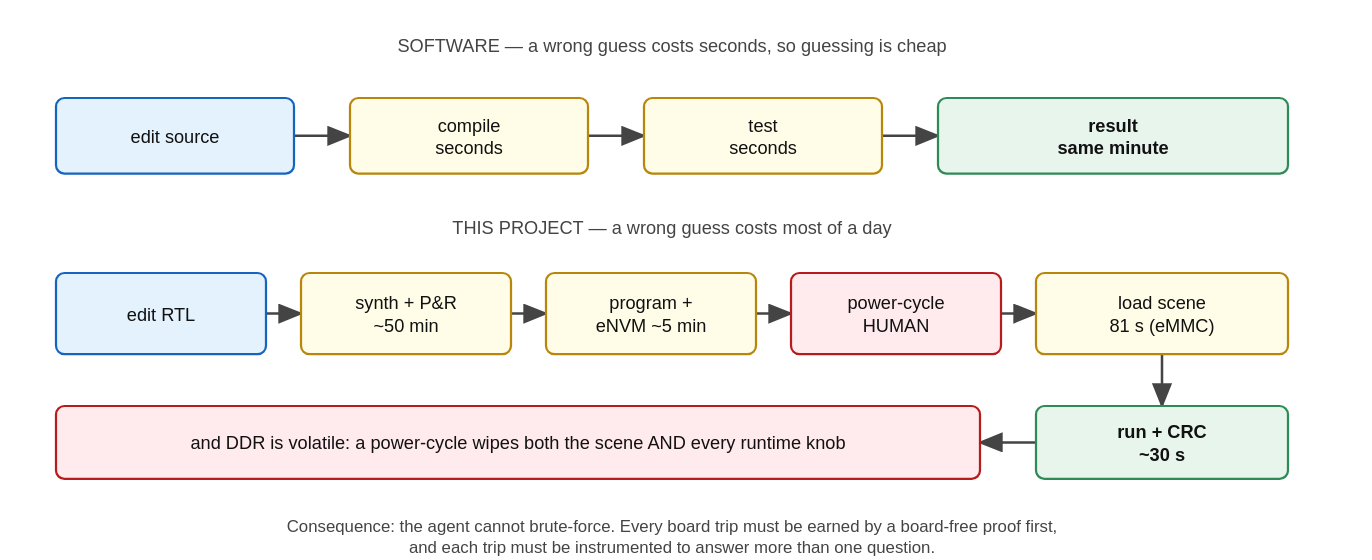
This is docs/slides/diagrams/fig-loop.drawio.svg from futureproofbear/mpfs250t-sar-ifp, a draw.io export, as it was before one commit. Source tidied: cells renumbered, new cells last; positions are measured from the earlier drawing's top-left corner, leaving out a move shared by most shapes. Its diagram source:
```xml
<mxGraphModel>
  <root>
    <mxCell id="0" />
    <mxCell id="1" parent="0" />
    <mxCell id="2" value="edit source" style="rounded=1;whiteSpace=wrap;html=1;fillColor=#E3F2FD;strokeColor=#1565C0;fontSize=13;fontFamily=Helvetica;align=center;verticalAlign=middle;" parent="1" vertex="1">
      <mxGeometry y="50" width="170" height="54" as="geometry" />
    </mxCell>
    <mxCell id="3" value="compile&#10;seconds" style="rounded=1;whiteSpace=wrap;html=1;fillColor=#FFFDE7;strokeColor=#B8860B;fontSize=13;fontFamily=Helvetica;align=center;verticalAlign=middle;" parent="1" vertex="1">
      <mxGeometry x="210" y="50" width="170" height="54" as="geometry" />
    </mxCell>
    <mxCell id="4" value="test&#10;seconds" style="rounded=1;whiteSpace=wrap;html=1;fillColor=#FFFDE7;strokeColor=#B8860B;fontSize=13;fontFamily=Helvetica;align=center;verticalAlign=middle;" parent="1" vertex="1">
      <mxGeometry x="420" y="50" width="170" height="54" as="geometry" />
    </mxCell>
    <mxCell id="5" value="result&#10;same minute" style="rounded=1;whiteSpace=wrap;html=1;fillColor=#E7F5EC;strokeColor=#2E8B57;fontSize=13;fontFamily=Helvetica;align=center;verticalAlign=middle;fontStyle=1;" parent="1" vertex="1">
      <mxGeometry x="630" y="50" width="250" height="54" as="geometry" />
    </mxCell>
    <mxCell id="6" value="SOFTWARE  —  a wrong guess costs seconds, so guessing is cheap" style="text;html=1;strokeColor=none;fillColor=none;align=center;verticalAlign=middle;fontSize=13;fontFamily=Helvetica;" parent="1" vertex="1">
      <mxGeometry width="880" height="24" as="geometry" />
    </mxCell>
    <mxCell id="7" value="THIS PROJECT  —  a wrong guess costs most of a day" style="text;html=1;strokeColor=none;fillColor=none;align=center;verticalAlign=middle;fontSize=13;fontFamily=Helvetica;" parent="1" vertex="1">
      <mxGeometry y="130" width="880" height="24" as="geometry" />
    </mxCell>
    <mxCell id="8" value="edit RTL" style="rounded=1;whiteSpace=wrap;html=1;fillColor=#E3F2FD;strokeColor=#1565C0;fontSize=13;fontFamily=Helvetica;align=center;verticalAlign=middle;" parent="1" vertex="1">
      <mxGeometry y="175" width="150" height="58" as="geometry" />
    </mxCell>
    <mxCell id="9" value="synth + P&amp;R&#10;~50 min" style="rounded=1;whiteSpace=wrap;html=1;fillColor=#FFFDE7;strokeColor=#B8860B;fontSize=13;fontFamily=Helvetica;align=center;verticalAlign=middle;" parent="1" vertex="1">
      <mxGeometry x="175" y="175" width="150" height="58" as="geometry" />
    </mxCell>
    <mxCell id="10" value="program +&#10;eNVM  ~5 min" style="rounded=1;whiteSpace=wrap;html=1;fillColor=#FFFDE7;strokeColor=#B8860B;fontSize=13;fontFamily=Helvetica;align=center;verticalAlign=middle;" parent="1" vertex="1">
      <mxGeometry x="350" y="175" width="150" height="58" as="geometry" />
    </mxCell>
    <mxCell id="11" value="power-cycle&#10;HUMAN" style="rounded=1;whiteSpace=wrap;html=1;fillColor=#FFEBEE;strokeColor=#B71C1C;fontSize=13;fontFamily=Helvetica;align=center;verticalAlign=middle;" parent="1" vertex="1">
      <mxGeometry x="525" y="175" width="150" height="58" as="geometry" />
    </mxCell>
    <mxCell id="12" value="load scene&#10;81 s (eMMC)" style="rounded=1;whiteSpace=wrap;html=1;fillColor=#FFFDE7;strokeColor=#B8860B;fontSize=13;fontFamily=Helvetica;align=center;verticalAlign=middle;" parent="1" vertex="1">
      <mxGeometry x="700" y="175" width="180" height="58" as="geometry" />
    </mxCell>
    <mxCell id="13" value="run + CRC&#10;~30 s" style="rounded=1;whiteSpace=wrap;html=1;fillColor=#E7F5EC;strokeColor=#2E8B57;fontSize=13;fontFamily=Helvetica;align=center;verticalAlign=middle;fontStyle=1;" parent="1" vertex="1">
      <mxGeometry x="700" y="270" width="180" height="52" as="geometry" />
    </mxCell>
    <mxCell id="14" value="and DDR is volatile: a power-cycle wipes both the scene AND every runtime knob" style="rounded=1;whiteSpace=wrap;html=1;fillColor=#FFEBEE;strokeColor=#B71C1C;fontSize=13;fontFamily=Helvetica;align=center;verticalAlign=middle;" parent="1" vertex="1">
      <mxGeometry y="270" width="660" height="52" as="geometry" />
    </mxCell>
    <mxCell id="15" value="Consequence: the agent cannot brute-force. Every board trip must be earned by a board-free proof first,&#10;and each trip must be instrumented to answer more than one question." style="text;html=1;strokeColor=none;fillColor=none;align=center;verticalAlign=middle;fontSize=12;fontFamily=Helvetica;" parent="1" vertex="1">
      <mxGeometry y="340" width="880" height="46" as="geometry" />
    </mxCell>
    <mxCell id="16" style="edgeStyle=orthogonalEdgeStyle;rounded=1;html=1;fontSize=11;strokeColor=#444444;" parent="1" edge="1" source="2" target="3">
      <mxGeometry relative="1" as="geometry" />
    </mxCell>
    <mxCell id="17" style="edgeStyle=orthogonalEdgeStyle;rounded=1;html=1;fontSize=11;strokeColor=#444444;" parent="1" edge="1" source="3" target="4">
      <mxGeometry relative="1" as="geometry" />
    </mxCell>
    <mxCell id="18" style="edgeStyle=orthogonalEdgeStyle;rounded=1;html=1;fontSize=11;strokeColor=#444444;" parent="1" edge="1" source="4" target="5">
      <mxGeometry relative="1" as="geometry" />
    </mxCell>
    <mxCell id="19" style="edgeStyle=orthogonalEdgeStyle;rounded=1;html=1;fontSize=11;strokeColor=#444444;" parent="1" edge="1" source="8" target="9">
      <mxGeometry relative="1" as="geometry" />
    </mxCell>
    <mxCell id="20" style="edgeStyle=orthogonalEdgeStyle;rounded=1;html=1;fontSize=11;strokeColor=#444444;" parent="1" edge="1" source="9" target="10">
      <mxGeometry relative="1" as="geometry" />
    </mxCell>
    <mxCell id="21" style="edgeStyle=orthogonalEdgeStyle;rounded=1;html=1;fontSize=11;strokeColor=#444444;" parent="1" edge="1" source="10" target="11">
      <mxGeometry relative="1" as="geometry" />
    </mxCell>
    <mxCell id="22" style="edgeStyle=orthogonalEdgeStyle;rounded=1;html=1;fontSize=11;strokeColor=#444444;" parent="1" edge="1" source="11" target="12">
      <mxGeometry relative="1" as="geometry" />
    </mxCell>
    <mxCell id="23" style="edgeStyle=orthogonalEdgeStyle;rounded=1;html=1;fontSize=11;strokeColor=#444444;" parent="1" edge="1" source="12" target="13">
      <mxGeometry relative="1" as="geometry" />
    </mxCell>
    <mxCell id="24" style="edgeStyle=orthogonalEdgeStyle;rounded=1;html=1;fontSize=11;strokeColor=#444444;" parent="1" edge="1" source="13" target="14">
      <mxGeometry relative="1" as="geometry" />
    </mxCell>
  </root>
</mxGraphModel>
```
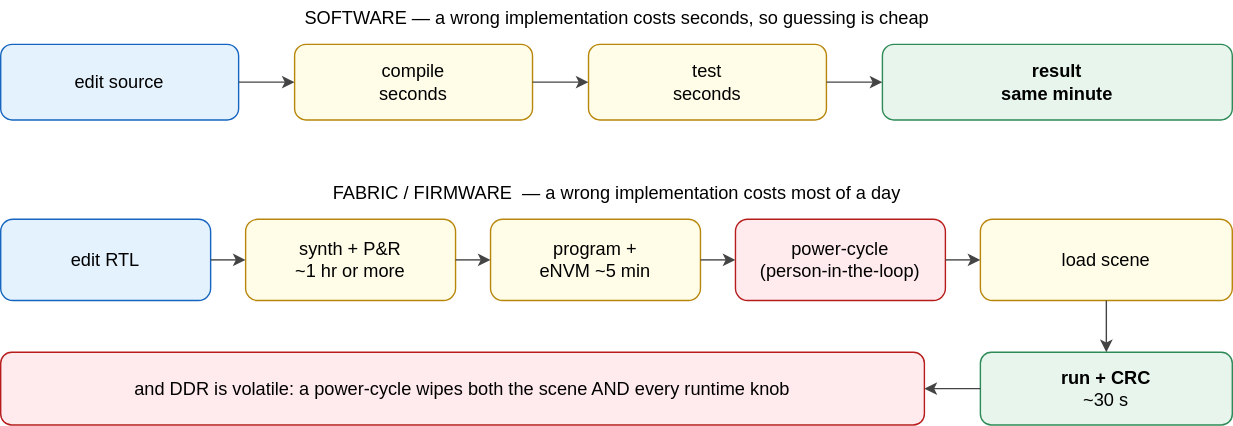
Above is the later version.

Commit message:
slides: user edits to the loop and orchestration figures (draw.io)

What changed in the source:
```diff
@@ -14,36 +14,33 @@
     <mxCell id="5" value="result&#10;same minute" style="rounded=1;whiteSpace=wrap;html=1;fillColor=#E7F5EC;strokeColor=#2E8B57;fontSize=13;fontFamily=Helvetica;align=center;verticalAlign=middle;fontStyle=1;" parent="1" vertex="1">
       <mxGeometry x="630" y="50" width="250" height="54" as="geometry" />
     </mxCell>
-    <mxCell id="6" value="SOFTWARE  —  a wrong guess costs seconds, so guessing is cheap" style="text;html=1;strokeColor=none;fillColor=none;align=center;verticalAlign=middle;fontSize=13;fontFamily=Helvetica;" parent="1" vertex="1">
-      <mxGeometry width="880" height="24" as="geometry" />
+    <mxCell id="6" value="SOFTWARE  —  a wrong implementation costs seconds, so guessing is cheap" style="text;html=1;strokeColor=none;fillColor=none;align=center;verticalAlign=middle;fontSize=13;fontFamily=Helvetica;" parent="1" vertex="1">
+      <mxGeometry y="19" width="880" height="24" as="geometry" />
     </mxCell>
-    <mxCell id="7" value="THIS PROJECT  —  a wrong guess costs most of a day" style="text;html=1;strokeColor=none;fillColor=none;align=center;verticalAlign=middle;fontSize=13;fontFamily=Helvetica;" parent="1" vertex="1">
-      <mxGeometry y="130" width="880" height="24" as="geometry" />
+    <mxCell id="7" value="FABRIC / FIRMWARE&amp;nbsp; —  a wrong implementation costs most of a day" style="text;html=1;strokeColor=none;fillColor=none;align=center;verticalAlign=middle;fontSize=13;fontFamily=Helvetica;" parent="1" vertex="1">
+      <mxGeometry y="144" width="880" height="24" as="geometry" />
     </mxCell>
     <mxCell id="8" value="edit RTL" style="rounded=1;whiteSpace=wrap;html=1;fillColor=#E3F2FD;strokeColor=#1565C0;fontSize=13;fontFamily=Helvetica;align=center;verticalAlign=middle;" parent="1" vertex="1">
       <mxGeometry y="175" width="150" height="58" as="geometry" />
     </mxCell>
-    <mxCell id="9" value="synth + P&amp;R&#10;~50 min" style="rounded=1;whiteSpace=wrap;html=1;fillColor=#FFFDE7;strokeColor=#B8860B;fontSize=13;fontFamily=Helvetica;align=center;verticalAlign=middle;" parent="1" vertex="1">
+    <mxCell id="9" value="synth + P&amp;amp;R&lt;br&gt;~1 hr or more" style="rounded=1;whiteSpace=wrap;html=1;fillColor=#FFFDE7;strokeColor=#B8860B;fontSize=13;fontFamily=Helvetica;align=center;verticalAlign=middle;" parent="1" vertex="1">
       <mxGeometry x="175" y="175" width="150" height="58" as="geometry" />
     </mxCell>
     <mxCell id="10" value="program +&#10;eNVM  ~5 min" style="rounded=1;whiteSpace=wrap;html=1;fillColor=#FFFDE7;strokeColor=#B8860B;fontSize=13;fontFamily=Helvetica;align=center;verticalAlign=middle;" parent="1" vertex="1">
       <mxGeometry x="350" y="175" width="150" height="58" as="geometry" />
     </mxCell>
-    <mxCell id="11" value="power-cycle&#10;HUMAN" style="rounded=1;whiteSpace=wrap;html=1;fillColor=#FFEBEE;strokeColor=#B71C1C;fontSize=13;fontFamily=Helvetica;align=center;verticalAlign=middle;" parent="1" vertex="1">
+    <mxCell id="11" value="power-cycle&lt;br&gt;(person-in-the-loop)" style="rounded=1;whiteSpace=wrap;html=1;fillColor=#FFEBEE;strokeColor=#B71C1C;fontSize=13;fontFamily=Helvetica;align=center;verticalAlign=middle;" parent="1" vertex="1">
       <mxGeometry x="525" y="175" width="150" height="58" as="geometry" />
     </mxCell>
-    <mxCell id="12" value="load scene&#10;81 s (eMMC)" style="rounded=1;whiteSpace=wrap;html=1;fillColor=#FFFDE7;strokeColor=#B8860B;fontSize=13;fontFamily=Helvetica;align=center;verticalAlign=middle;" parent="1" vertex="1">
+    <mxCell id="12" value="load scene" style="rounded=1;whiteSpace=wrap;html=1;fillColor=#FFFDE7;strokeColor=#B8860B;fontSize=13;fontFamily=Helvetica;align=center;verticalAlign=middle;" parent="1" vertex="1">
       <mxGeometry x="700" y="175" width="180" height="58" as="geometry" />
     </mxCell>
-    <mxCell id="13" value="run + CRC&#10;~30 s" style="rounded=1;whiteSpace=wrap;html=1;fillColor=#E7F5EC;strokeColor=#2E8B57;fontSize=13;fontFamily=Helvetica;align=center;verticalAlign=middle;fontStyle=1;" parent="1" vertex="1">
+    <mxCell id="13" value="run + CRC&lt;br&gt;&lt;span style=&quot;font-weight: normal;&quot;&gt;~30 s&lt;/span&gt;" style="rounded=1;whiteSpace=wrap;html=1;fillColor=#E7F5EC;strokeColor=#2E8B57;fontSize=13;fontFamily=Helvetica;align=center;verticalAlign=middle;fontStyle=1;" parent="1" vertex="1">
       <mxGeometry x="700" y="270" width="180" height="52" as="geometry" />
     </mxCell>
     <mxCell id="14" value="and DDR is volatile: a power-cycle wipes both the scene AND every runtime knob" style="rounded=1;whiteSpace=wrap;html=1;fillColor=#FFEBEE;strokeColor=#B71C1C;fontSize=13;fontFamily=Helvetica;align=center;verticalAlign=middle;" parent="1" vertex="1">
       <mxGeometry y="270" width="660" height="52" as="geometry" />
     </mxCell>
-    <mxCell id="15" value="Consequence: the agent cannot brute-force. Every board trip must be earned by a board-free proof first,&#10;and each trip must be instrumented to answer more than one question." style="text;html=1;strokeColor=none;fillColor=none;align=center;verticalAlign=middle;fontSize=12;fontFamily=Helvetica;" parent="1" vertex="1">
-      <mxGeometry y="340" width="880" height="46" as="geometry" />
-    </mxCell>
     <mxCell id="16" style="edgeStyle=orthogonalEdgeStyle;rounded=1;html=1;fontSize=11;strokeColor=#444444;" parent="1" edge="1" source="2" target="3">
       <mxGeometry relative="1" as="geometry" />
     </mxCell>
```
